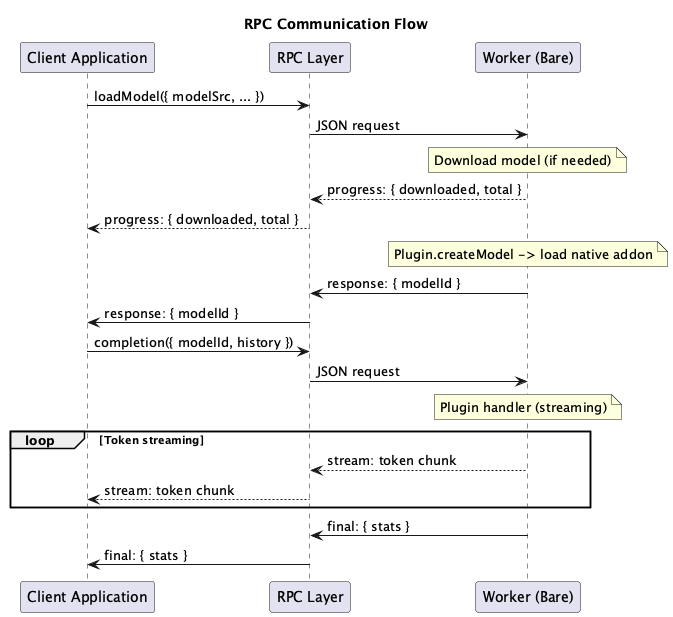
Before: docs/architecture/puml/images/07-rpc-communication-flow.png, a diagram exported from PlantUML (Zbig9000/qvac). Its diagram source:
```plantuml
@startuml
title RPC Communication Flow

participant "Client Application" as Client
participant "RPC Layer" as RPC
participant "Worker (Bare)" as Server

Client -> RPC : loadModel({ modelSrc, ... })
RPC -> Server : JSON request

note over Server : Download model (if needed)
Server --> RPC : progress: { downloaded, total }
RPC --> Client : progress: { downloaded, total }

note over Server : Plugin.createModel -> load native addon
Server -> RPC : response: { modelId }
RPC -> Client : response: { modelId }

Client -> RPC : completion({ modelId, history })
RPC -> Server : JSON request

note over Server : Plugin handler (streaming)
loop Token streaming
    Server --> RPC : stream: token chunk
    RPC --> Client : stream: token chunk
end

Server -> RPC : final: { stats }
RPC -> Client : final: { stats }

@enduml
```
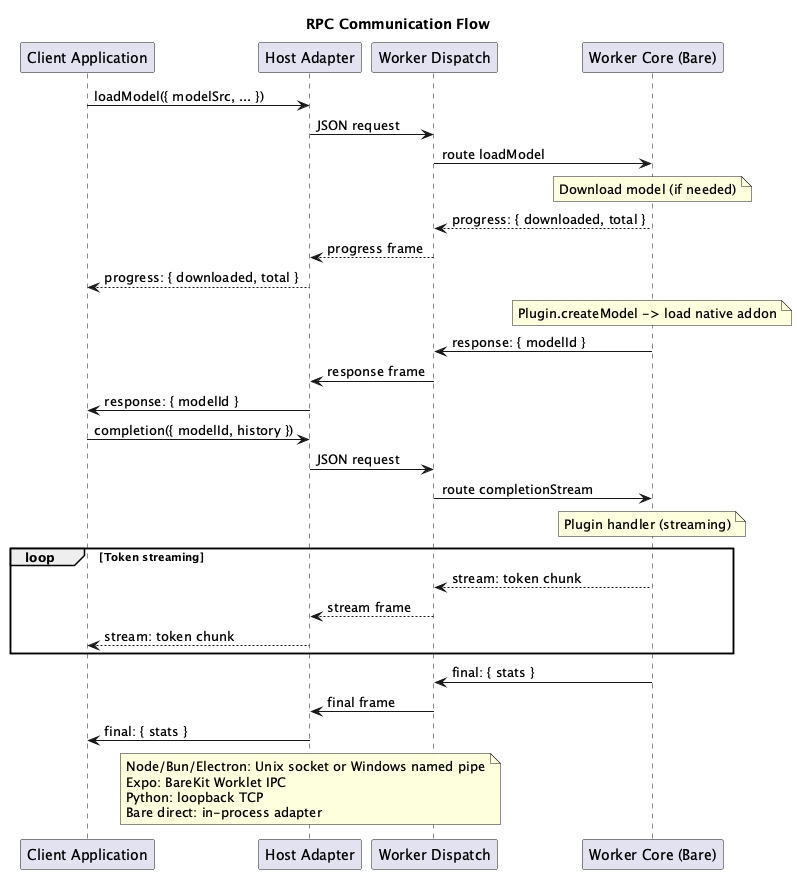
Above is the later version.

Diff of the diagram source:
```diff
@@ -2,30 +2,44 @@
 title RPC Communication Flow
 
 participant "Client Application" as Client
-participant "RPC Layer" as RPC
-participant "Worker (Bare)" as Server
+participant "Host Adapter" as RPC
+participant "Worker Dispatch" as Dispatch
+participant "Worker Core (Bare)" as Server
 
 Client -> RPC : loadModel({ modelSrc, ... })
-RPC -> Server : JSON request
+RPC -> Dispatch : JSON request
+Dispatch -> Server : route loadModel
 
 note over Server : Download model (if needed)
-Server --> RPC : progress: { downloaded, total }
+Server --> Dispatch : progress: { downloaded, total }
+Dispatch --> RPC : progress frame
 RPC --> Client : progress: { downloaded, total }
 
 note over Server : Plugin.createModel -> load native addon
-Server -> RPC : response: { modelId }
+Server -> Dispatch : response: { modelId }
+Dispatch -> RPC : response frame
 RPC -> Client : response: { modelId }
 
 Client -> RPC : completion({ modelId, history })
-RPC -> Server : JSON request
+RPC -> Dispatch : JSON request
+Dispatch -> Server : route completionStream
 
 note over Server : Plugin handler (streaming)
 loop Token streaming
-    Server --> RPC : stream: token chunk
+    Server --> Dispatch : stream: token chunk
+    Dispatch --> RPC : stream frame
     RPC --> Client : stream: token chunk
 end
 
-Server -> RPC : final: { stats }
+Server -> Dispatch : final: { stats }
+Dispatch -> RPC : final frame
 RPC -> Client : final: { stats }
 
+note over RPC
+  Node/Bun/Electron: Unix socket or Windows named pipe
+  Expo: BareKit Worklet IPC
+  Python: loopback TCP
+  Bare direct: in-process adapter
+end note
+
 @enduml
```
